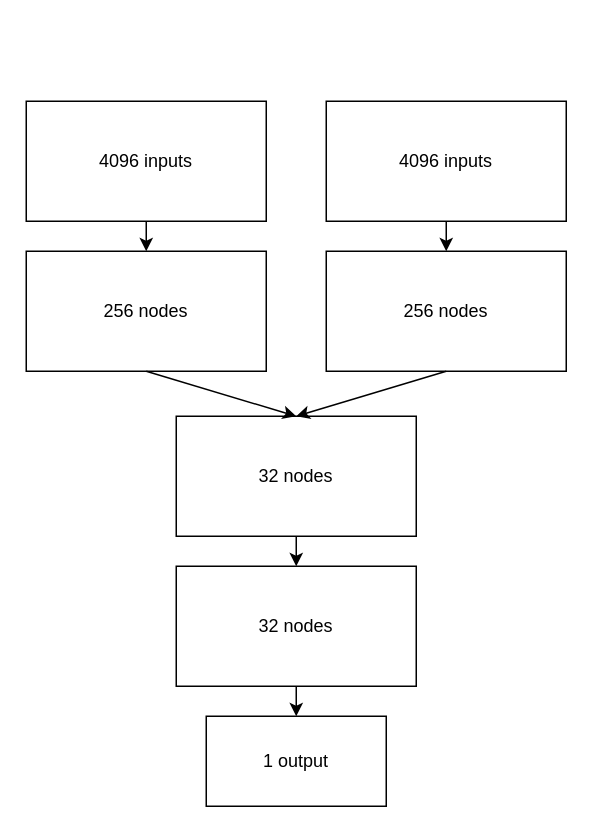
Before: page "Page-2" (2 of 2) of plans and notes/UML plans/poster.drawio in KirilBourakov/PestoFish2, a draw.io diagram. Source tidied: cells renumbered, new cells numbered last; positions are measured from the earlier drawing's top-left corner, leaving out a move shared by most shapes. Both pictures are drawn from the tidied source at 150%, with x=0, y=0 at pixel (26, 100).
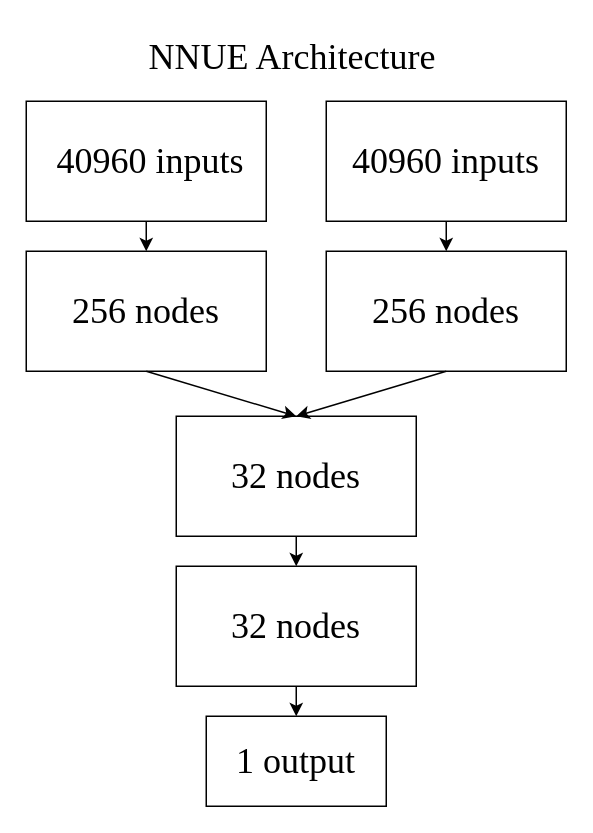
Above is the later version.

Change to the diagram source:
```diff
@@
 <mxGraphModel>
   <root>
     <mxCell id="0" />
     <mxCell id="1" parent="0" />
-    <mxCell id="2" value="4096 inputs" style="rounded=0;whiteSpace=wrap;html=1;" parent="1" vertex="1">
+    <mxCell id="2" value="&lt;font style=&quot;&quot; face=&quot;Times New Roman&quot;&gt;&lt;span style=&quot;font-size: 24px;&quot;&gt;&amp;nbsp;40960 inputs&lt;/span&gt;&lt;/font&gt;" style="rounded=0;whiteSpace=wrap;html=1;" parent="1" vertex="1">
       <mxGeometry width="160" height="80" as="geometry" />
     </mxCell>
-    <mxCell id="3" value="4096 inputs" style="rounded=0;whiteSpace=wrap;html=1;" parent="1" vertex="1">
+    <mxCell id="3" value="&lt;font style=&quot;font-size: 24px;&quot; face=&quot;Times New Roman&quot;&gt;40960 inputs&lt;/font&gt;" style="rounded=0;whiteSpace=wrap;html=1;" parent="1" vertex="1">
       <mxGeometry x="200" width="160" height="80" as="geometry" />
     </mxCell>
-    <mxCell id="4" value="256 nodes" style="rounded=0;whiteSpace=wrap;html=1;" parent="1" vertex="1">
+    <mxCell id="4" value="&lt;font style=&quot;font-size: 24px;&quot; face=&quot;Times New Roman&quot;&gt;256 nodes&lt;/font&gt;" style="rounded=0;whiteSpace=wrap;html=1;" parent="1" vertex="1">
       <mxGeometry y="100" width="160" height="80" as="geometry" />
     </mxCell>
-    <mxCell id="5" value="256 nodes" style="rounded=0;whiteSpace=wrap;html=1;" parent="1" vertex="1">
+    <mxCell id="5" value="&lt;font style=&quot;font-size: 24px;&quot; face=&quot;Times New Roman&quot;&gt;256 nodes&lt;/font&gt;" style="rounded=0;whiteSpace=wrap;html=1;" parent="1" vertex="1">
       <mxGeometry x="200" y="100" width="160" height="80" as="geometry" />
     </mxCell>
-    <mxCell id="6" value="32 nodes" style="rounded=0;whiteSpace=wrap;html=1;" parent="1" vertex="1">
+    <mxCell id="6" value="&lt;font style=&quot;font-size: 24px;&quot; face=&quot;Times New Roman&quot;&gt;32 nodes&lt;/font&gt;" style="rounded=0;whiteSpace=wrap;html=1;" parent="1" vertex="1">
       <mxGeometry x="100" y="210" width="160" height="80" as="geometry" />
     </mxCell>
-    <mxCell id="7" value="32 nodes" style="rounded=0;whiteSpace=wrap;html=1;" parent="1" vertex="1">
+    <mxCell id="7" value="&lt;font style=&quot;font-size: 24px;&quot; face=&quot;Times New Roman&quot;&gt;32 nodes&lt;/font&gt;" style="rounded=0;whiteSpace=wrap;html=1;" parent="1" vertex="1">
       <mxGeometry x="100" y="310" width="160" height="80" as="geometry" />
     </mxCell>
-    <mxCell id="8" value="1 output" style="rounded=0;whiteSpace=wrap;html=1;" parent="1" vertex="1">
+    <mxCell id="8" value="&lt;font style=&quot;font-size: 24px;&quot; face=&quot;Times New Roman&quot;&gt;1 output&lt;/font&gt;" style="rounded=0;whiteSpace=wrap;html=1;" parent="1" vertex="1">
       <mxGeometry x="120" y="410" width="120" height="60" as="geometry" />
     </mxCell>
     <mxCell id="9" style="endArrow=classic;html=1;rounded=0;exitX=0.5;exitY=1;exitDx=0;exitDy=0;entryX=0.5;entryY=0;entryDx=0;entryDy=0;" parent="1" edge="1" source="5" target="6">
       <mxGeometry relative="1" as="geometry" />
     </mxCell>
     <mxCell id="10" style="endArrow=classic;html=1;rounded=0;exitX=0.5;exitY=1;exitDx=0;exitDy=0;entryX=0.5;entryY=0;entryDx=0;entryDy=0;" parent="1" edge="1" source="3" target="5">
       <mxGeometry relative="1" as="geometry" />
     </mxCell>
     <mxCell id="11" style="endArrow=classic;html=1;rounded=0;exitX=0.5;exitY=1;exitDx=0;exitDy=0;entryX=0.5;entryY=0;entryDx=0;entryDy=0;" parent="1" edge="1" source="2" target="4">
       <mxGeometry relative="1" as="geometry" />
     </mxCell>
     <mxCell id="12" style="endArrow=classic;html=1;rounded=0;exitX=0.5;exitY=1;exitDx=0;exitDy=0;entryX=0.5;entryY=0;entryDx=0;entryDy=0;" parent="1" edge="1" source="6" target="7">
       <mxGeometry relative="1" as="geometry" />
     </mxCell>
     <mxCell id="13" style="endArrow=classic;html=1;rounded=0;exitX=0.5;exitY=1;exitDx=0;exitDy=0;entryX=0.5;entryY=0;entryDx=0;entryDy=0;" parent="1" edge="1" source="4" target="6">
       <mxGeometry relative="1" as="geometry" />
     </mxCell>
     <mxCell id="14" style="endArrow=classic;html=1;rounded=0;exitX=0.5;exitY=1;exitDx=0;exitDy=0;entryX=0.5;entryY=0;entryDx=0;entryDy=0;" parent="1" edge="1" source="7" target="8">
       <mxGeometry relative="1" as="geometry" />
     </mxCell>
+    <mxCell id="15" value="&lt;span style=&quot;font-family: &amp;quot;Times New Roman&amp;quot;; font-size: 24px; text-align: center;&quot;&gt;NNUE Architecture&lt;/span&gt;" style="text;whiteSpace=wrap;html=1;" parent="1" vertex="1">
+      <mxGeometry x="80" y="-50" width="220" height="50" as="geometry" />
+    </mxCell>
   </root>
 </mxGraphModel>
```
